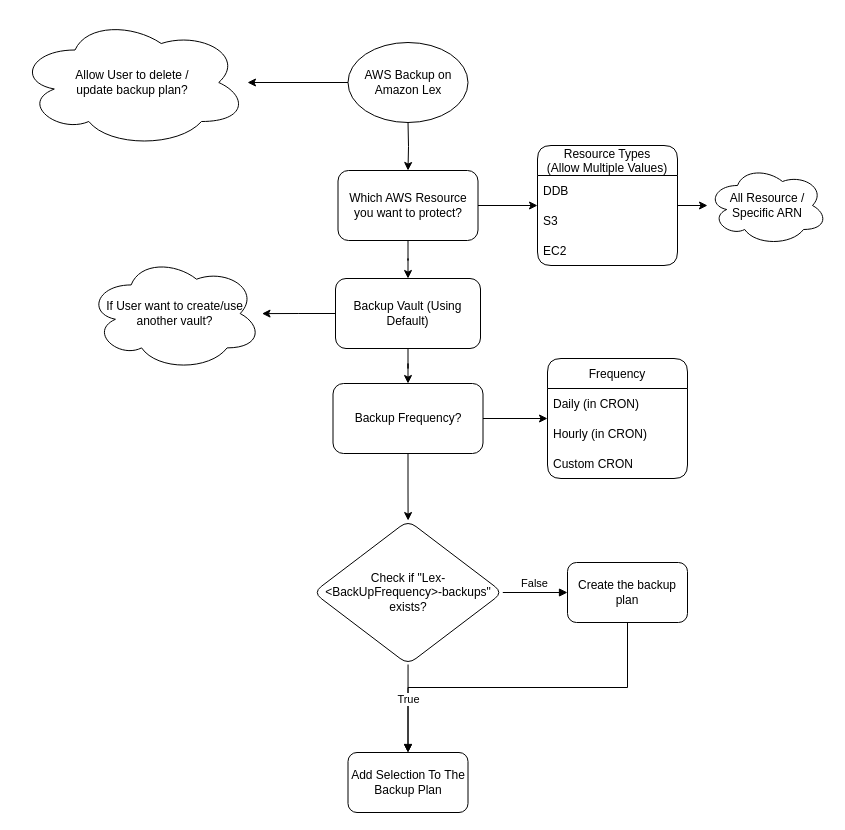
Earlier version of the draw.io diagram Amazon Lex AWS Backup.drawio (groundedtako/AmazonLexBot). Source tidied: cells renumbered, new cells numbered last; positions are measured from the earlier drawing's top-left corner, leaving out a move shared by most shapes. Both pictures are drawn from the tidied source at 100%, with x=0, y=0 at pixel (17, 17).
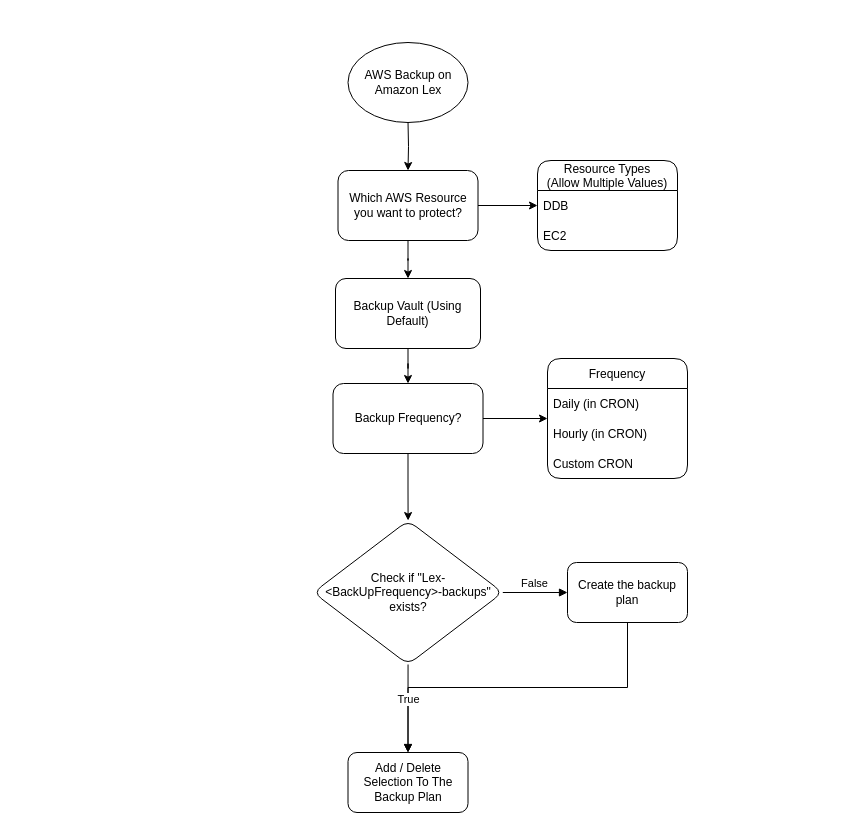
After the change.

Commit message (it also covers changes not shown here):
Updated Diagram & Enhance Conversation Flow

The change refers to these unchanged cells:
```xml
<mxCell id="11" value="Backup Vault (Using Default)" style="rounded=1;whiteSpace=wrap;html=1;" parent="1" vertex="1">
  <mxGeometry x="318" y="261" width="145" height="70" as="geometry" />
</mxCell>
<mxCell id="28" value="AWS Backup on Amazon Lex" style="ellipse;whiteSpace=wrap;html=1;rounded=1;shadow=0;glass=0;sketch=0;fontFamily=Helvetica;" parent="1" vertex="1">
  <mxGeometry x="330.5" y="25" width="120" height="80" as="geometry" />
</mxCell>
```

Diff of the diagram source:
```diff
@@
-    <mxCell id="10" style="edgeStyle=orthogonalEdgeStyle;rounded=0;jettySize=auto;html=1;" parent="1" edge="1" source="11" target="18">
-      <mxGeometry relative="1" as="geometry" />
-    </mxCell>
@@
-    <mxCell id="12" style="edgeStyle=orthogonalEdgeStyle;rounded=0;jettySize=auto;html=1;" parent="1" edge="1" source="13" target="17">
-      <mxGeometry relative="1" as="geometry" />
-    </mxCell>
     <mxCell id="13" value="Resource Types&#10;(Allow Multiple Values)" style="swimlane;fontStyle=0;horizontal=1;startSize=30;rounded=1;shadow=0;glass=0;sketch=0;" parent="1" vertex="1">
-      <mxGeometry x="520" y="128" width="140" height="120" as="geometry" />
+      <mxGeometry x="520" y="143" width="140" height="90" as="geometry" />
     </mxCell>
@@
-    <mxCell id="15" value="S3" style="text;strokeColor=none;fillColor=none;align=left;verticalAlign=middle;spacingLeft=4;spacingRight=4;overflow=hidden;rounded=1;shadow=0;glass=0;sketch=0;" parent="13" vertex="1">
-      <mxGeometry y="60" width="140" height="30" as="geometry" />
-    </mxCell>
     <mxCell id="16" value="EC2" style="text;strokeColor=none;fillColor=none;align=left;verticalAlign=middle;spacingLeft=4;spacingRight=4;overflow=hidden;rounded=1;shadow=0;glass=0;sketch=0;" parent="13" vertex="1">
-      <mxGeometry y="90" width="140" height="30" as="geometry" />
+      <mxGeometry y="60" width="140" height="30" as="geometry" />
     </mxCell>
-    <mxCell id="17" value="All Resource / Specific ARN" style="ellipse;shape=cloud;whiteSpace=wrap;html=1;fontStyle=0;startSize=30;rounded=1;shadow=0;glass=0;sketch=0;" parent="1" vertex="1">
-      <mxGeometry x="690" y="148" width="120" height="80" as="geometry" />
-    </mxCell>
-    <mxCell id="18" value="If User want to create/use another vault?" style="ellipse;shape=cloud;whiteSpace=wrap;html=1;rounded=1;" parent="1" vertex="1">
-      <mxGeometry x="70" y="238.8" width="174.5" height="114.5" as="geometry" />
-    </mxCell>
@@
-    <mxCell id="27" style="edgeStyle=orthogonalEdgeStyle;rounded=0;jettySize=auto;html=1;fontFamily=Helvetica;" parent="1" edge="1" source="28" target="29">
-      <mxGeometry relative="1" as="geometry" />
-    </mxCell>
@@
-    <mxCell id="29" value="Allow User to delete /&lt;br&gt;update backup plan?" style="ellipse;shape=cloud;whiteSpace=wrap;html=1;rounded=1;shadow=0;glass=0;sketch=0;" parent="1" vertex="1">
-      <mxGeometry width="230" height="130" as="geometry" />
-    </mxCell>
@@
-    <mxCell id="31" value="Add Selection To The Backup Plan" style="rounded=1;whiteSpace=wrap;html=1;shadow=0;glass=0;sketch=0;fontFamily=Helvetica;" parent="1" vertex="1">
+    <mxCell id="31" value="Add / Delete Selection To The Backup Plan" style="rounded=1;whiteSpace=wrap;html=1;shadow=0;glass=0;sketch=0;fontFamily=Helvetica;" parent="1" vertex="1">
       <mxGeometry x="330.5" y="735" width="120" height="60" as="geometry" />
     </mxCell>
```
